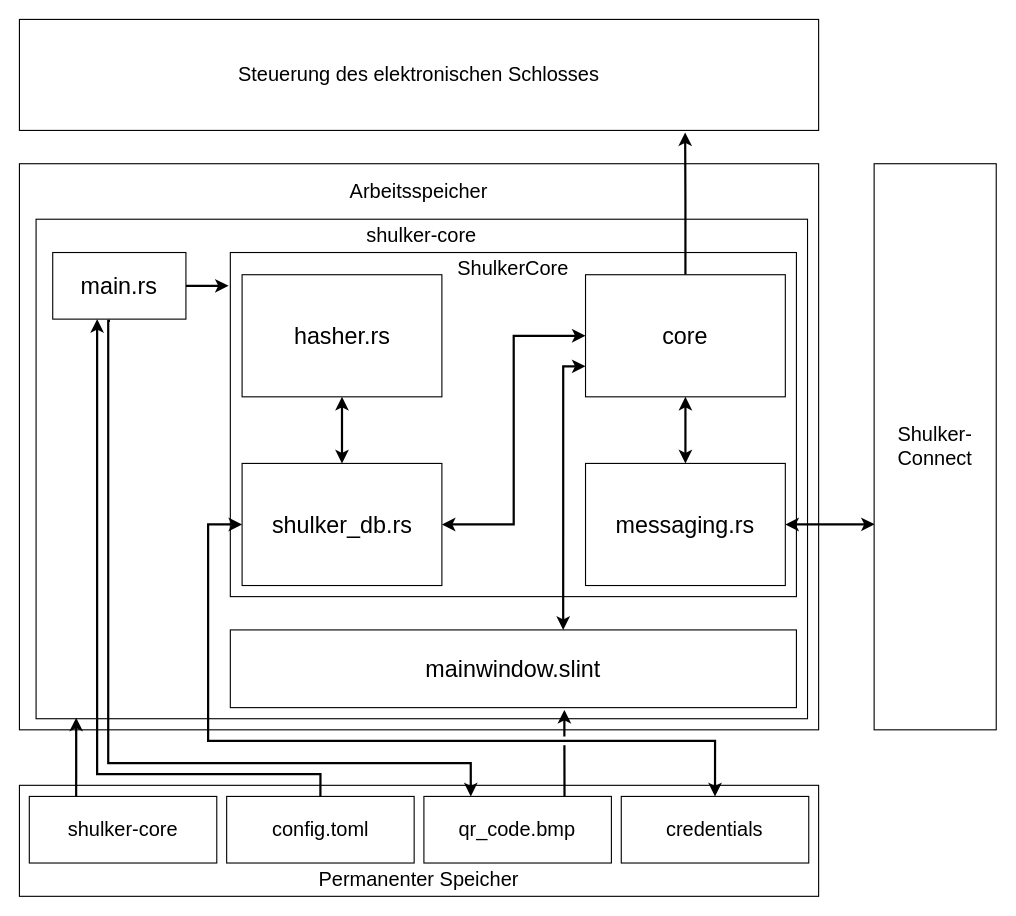
Above: shulker-docs/images/core/informationsfluss.drawio in htl-anichstrasse/shulker (draw.io), before the change. Source tidied: cells renumbered, new cells numbered last; positions are measured from the earlier drawing's top-left corner, leaving out a move shared by most shapes. Both pictures are drawn from the tidied source at 111%, with x=0, y=0 at pixel (19, 19).
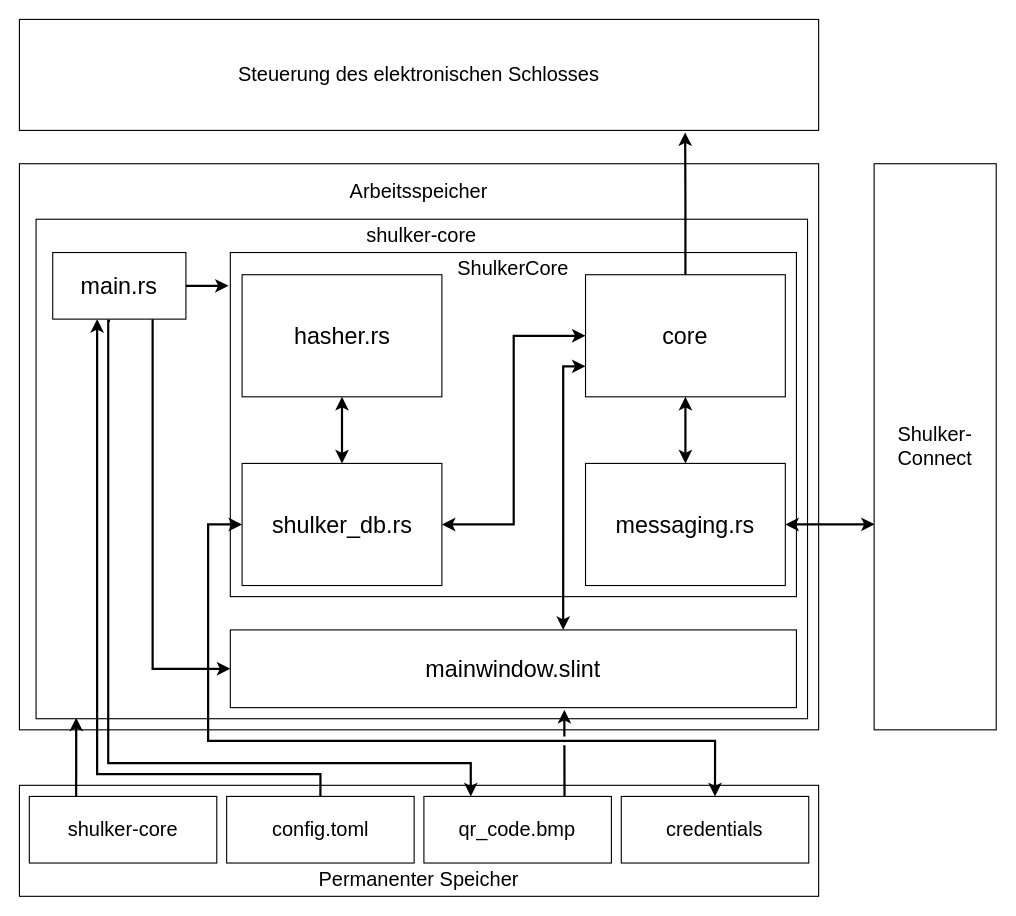
After the change.

Unchanged cells that the change refers to:
```xml
<mxCell id="14" value="&lt;font style=&quot;font-size: 21px&quot;&gt;main.rs&lt;/font&gt;" style="rounded=0;whiteSpace=wrap;html=1;" parent="1" vertex="1">
  <mxGeometry x="30" y="210" width="120" height="60" as="geometry" />
</mxCell>
<mxCell id="24" style="rounded=0;whiteSpace=wrap;html=1;" parent="1" vertex="1">
  <mxGeometry x="190" y="550" width="510" height="70" as="geometry" />
</mxCell>
```

Diff of the diagram source:
```diff
@@
+    <mxCell id="36" style="edgeStyle=orthogonalEdgeStyle;rounded=0;jettySize=auto;html=1;exitX=0.75;exitY=1;exitDx=0;exitDy=0;entryX=0;entryY=0.5;entryDx=0;entryDy=0;strokeWidth=2;" parent="1" edge="1" source="14" target="24">
+      <mxGeometry relative="1" as="geometry" />
+    </mxCell>
```
